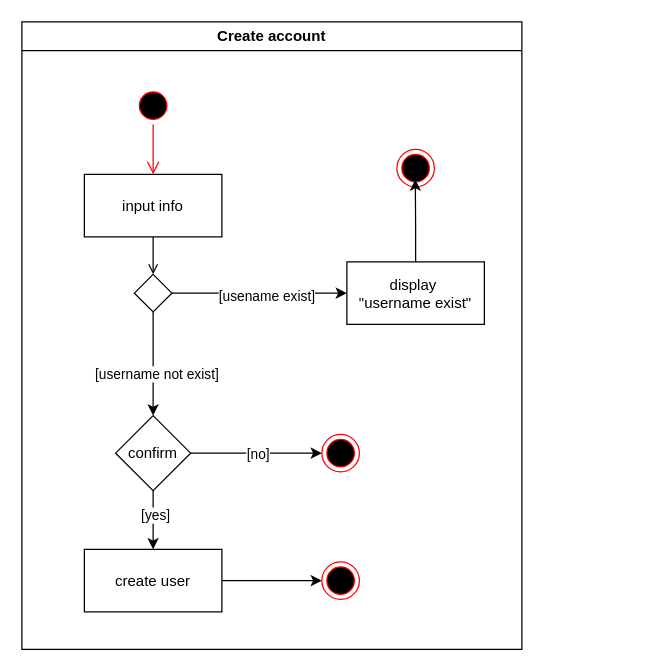
The draw.io diagram page "Create Account" (1 of 7) of Diagrams/ActivityDiagram.drawio in starven333/ShopProject, before the edit. Source tidied: cells renumbered, new cells numbered last; positions are measured from the earlier drawing's top-left corner, leaving out a move shared by most shapes. Both pictures are drawn from the tidied source at 125%, with x=0, y=0 at pixel (21, 21).
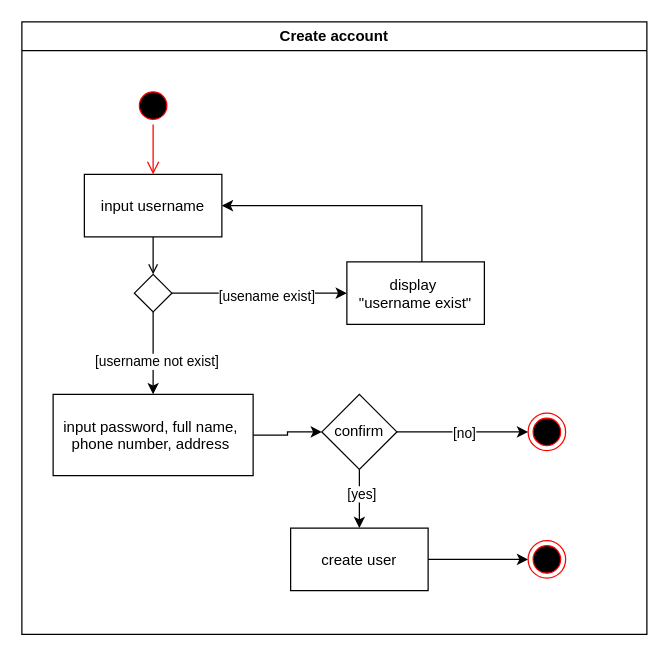
The same page after the edit.

Unchanged cells that the change refers to:
```xml
<mxCell id="10" style="rhombus;whiteSpace=wrap;html=1;" parent="2" vertex="1">
  <mxGeometry x="90" y="202" width="30" height="30" as="geometry" />
</mxCell>
<mxCell id="12" value="display &#10;&quot;username exist&quot;" parent="2" vertex="1">
  <mxGeometry x="260" y="192" width="110" height="50" as="geometry" />
</mxCell>
```

Change to the diagram source:
```diff
@@
     <mxCell id="2" value="Create account" style="swimlane;whiteSpace=wrap;" parent="1" vertex="1">
-      <mxGeometry width="400" height="502" as="geometry" />
+      <mxGeometry width="500" height="490" as="geometry" />
     </mxCell>
@@
-    <mxCell id="5" value="input info" parent="2" vertex="1">
+    <mxCell id="5" value="input username" parent="2" vertex="1">
       <mxGeometry x="50" y="122" width="110" height="50" as="geometry" />
     </mxCell>
@@
-    <mxCell id="8" style="edgeStyle=orthogonalEdgeStyle;rounded=0;jettySize=auto;html=1;exitX=0.5;exitY=1;exitDx=0;exitDy=0;" parent="2" edge="1" source="10" target="21">
+    <mxCell id="8" style="edgeStyle=orthogonalEdgeStyle;rounded=0;jettySize=auto;html=1;exitX=0.5;exitY=1;exitDx=0;exitDy=0;entryX=0.5;entryY=0;entryDx=0;entryDy=0;" parent="2" edge="1" source="10" target="25">
       <mxGeometry relative="1" as="geometry" />
     </mxCell>
@@
-    <mxCell id="13" style="ellipse;shape=endState;fillColor=#000000;strokeColor=#ff0000;" parent="2" vertex="1">
-      <mxGeometry x="300" y="102" width="30" height="30" as="geometry" />
-    </mxCell>
-    <mxCell id="14" style="edgeStyle=orthogonalEdgeStyle;rounded=0;jettySize=auto;html=1;entryX=0.491;entryY=0.805;entryDx=0;entryDy=0;entryPerimeter=0;" parent="2" edge="1" source="12" target="13">
-      <mxGeometry relative="1" as="geometry" />
+    <mxCell id="14" style="edgeStyle=orthogonalEdgeStyle;rounded=0;jettySize=auto;html=1;entryX=1;entryY=0.5;entryDx=0;entryDy=0;" parent="2" edge="1" source="12" target="5">
+      <mxGeometry relative="1" as="geometry">
+        <Array as="points">
+          <mxPoint x="320" y="147" />
+        </Array>
+      </mxGeometry>
     </mxCell>
@@
     <mxCell id="16" value="create user" parent="2" vertex="1">
-      <mxGeometry x="50" y="422" width="110" height="50" as="geometry" />
+      <mxGeometry x="215" y="405" width="110" height="50" as="geometry" />
     </mxCell>
     <mxCell id="17" style="ellipse;shape=endState;fillColor=#000000;strokeColor=#ff0000;" parent="2" vertex="1">
-      <mxGeometry x="240" y="330" width="30" height="30" as="geometry" />
+      <mxGeometry x="405" y="313" width="30" height="30" as="geometry" />
     </mxCell>
     <mxCell id="18" style="ellipse;shape=endState;fillColor=#000000;strokeColor=#ff0000;" parent="2" vertex="1">
-      <mxGeometry x="240" y="432" width="30" height="30" as="geometry" />
+      <mxGeometry x="405" y="415" width="30" height="30" as="geometry" />
     </mxCell>
@@
     <mxCell id="21" value="confirm" style="rhombus;whiteSpace=wrap;html=1;" parent="2" vertex="1">
-      <mxGeometry x="75" y="315" width="60" height="60" as="geometry" />
+      <mxGeometry x="240" y="298" width="60" height="60" as="geometry" />
     </mxCell>
@@
+    <mxCell id="24" style="edgeStyle=orthogonalEdgeStyle;rounded=0;jettySize=auto;html=1;" parent="2" edge="1" source="25" target="21">
+      <mxGeometry relative="1" as="geometry" />
+    </mxCell>
+    <mxCell id="25" value="input password, full name, &#10;phone number, address " parent="2" vertex="1">
+      <mxGeometry x="25" y="298" width="160" height="65" as="geometry" />
+    </mxCell>
```
